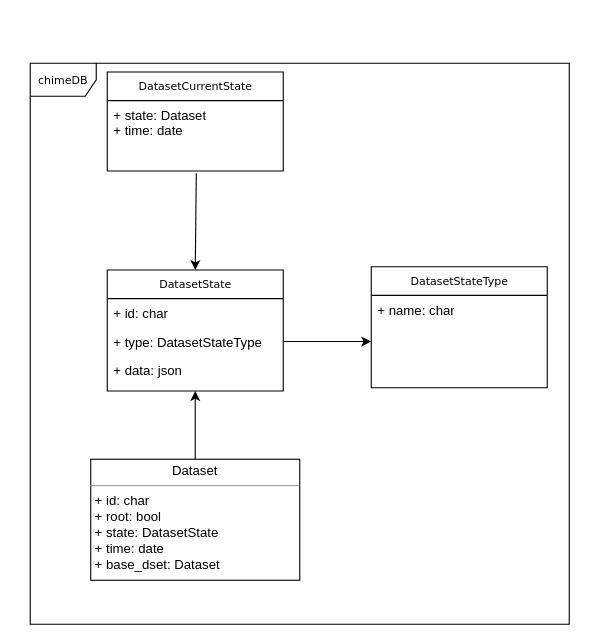
lgtm-migrator/chimedb_dataset keeps this draw.io diagram as dm.drawio. Above is the earlier version. Source tidied: cells renumbered, new cells numbered last; positions are measured from the earlier drawing's top-left corner, leaving out a move shared by most shapes. Both pictures are drawn from the tidied source at 110%, with x=0, y=0 at pixel (-1532, 63).
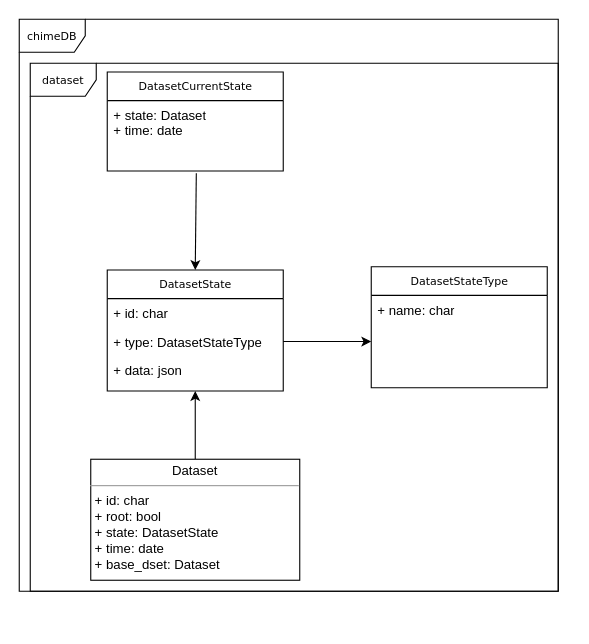
Above is the later version.

Change to the diagram source:
```diff
@@
     <mxCell id="2" value="chimeDB" style="shape=umlFrame;whiteSpace=wrap;html=1;rounded=0;shadow=0;comic=0;labelBackgroundColor=none;strokeWidth=1;fontFamily=Verdana;fontSize=10;align=center;" parent="1" vertex="1">
-      <mxGeometry x="1420" width="490" height="510" as="geometry" />
+      <mxGeometry x="1410" y="-40" width="490" height="520" as="geometry" />
     </mxCell>
@@
+    <mxCell id="16" value="dataset" style="shape=umlFrame;whiteSpace=wrap;html=1;rounded=0;shadow=0;comic=0;labelBackgroundColor=none;strokeWidth=1;fontFamily=Verdana;fontSize=10;align=center;" parent="1" vertex="1">
+      <mxGeometry x="1420" width="480" height="480" as="geometry" />
+    </mxCell>
```
